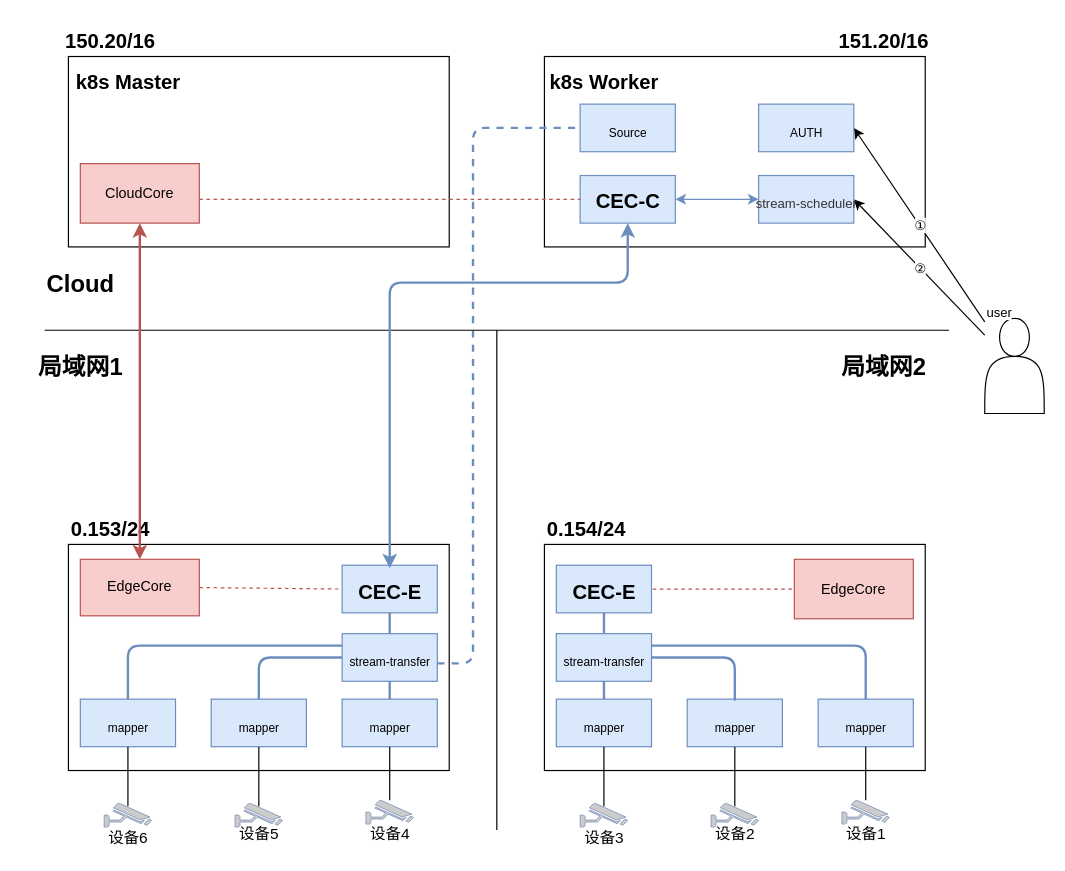
luckymark/c2019 keeps this draw.io diagram as Untitled Diagram.drawio. Above is the earlier version. Source tidied: cells renumbered, new cells numbered last; positions are measured from the earlier drawing's top-left corner, leaving out a move shared by most shapes. Both pictures are drawn from the tidied source at 119%, with x=0, y=0 at pixel (20, 20).
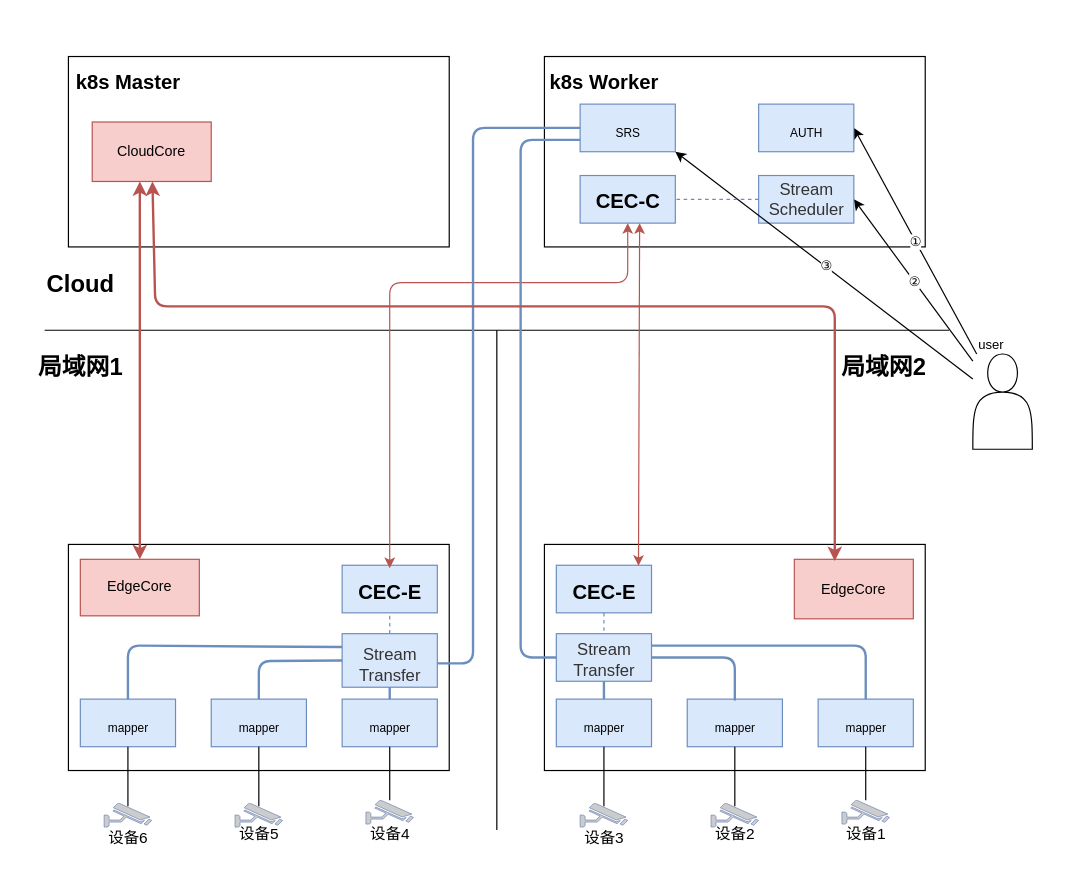
Above is the later version.

The change refers to these unchanged cells:
```xml
<mxCell id="7" value="&lt;font style=&quot;font-size: 17px&quot;&gt;CEC-C&lt;/font&gt;" style="text;strokeColor=#6c8ebf;fillColor=#dae8fc;html=1;fontSize=24;fontStyle=1;verticalAlign=middle;align=center;" parent="1" vertex="1">
  <mxGeometry x="470" y="130" width="80" height="40" as="geometry" />
</mxCell>
<mxCell id="8" value="&lt;font style=&quot;font-size: 17px&quot;&gt;CEC-E&lt;/font&gt;" style="text;strokeColor=#6c8ebf;fillColor=#dae8fc;html=1;fontSize=24;fontStyle=1;verticalAlign=middle;align=center;strokeWidth=1;" parent="1" vertex="1">
  <mxGeometry x="270" y="457.5" width="80" height="40" as="geometry" />
</mxCell>
<mxCell id="33" value="EdgeCore" style="rounded=0;whiteSpace=wrap;html=1;strokeWidth=1;fillColor=#f8cecc;strokeColor=#b85450;" parent="1" vertex="1">
  <mxGeometry x="50" y="452.5" width="100" height="47.5" as="geometry" />
</mxCell>
<mxCell id="35" value="&lt;font style=&quot;font-size: 10px ; font-weight: normal&quot;&gt;mapper&lt;/font&gt;" style="text;strokeColor=#6c8ebf;fillColor=#dae8fc;html=1;fontSize=24;fontStyle=1;verticalAlign=middle;align=center;strokeWidth=1;" parent="1" vertex="1">
  <mxGeometry x="160" y="570" width="80" height="40" as="geometry" />
</mxCell>
<mxCell id="47" style="group;rotation=180;" parent="1" vertex="1">
  <mxGeometry x="440" y="410" width="320" height="287.5" as="geometry" />
</mxCell>
<mxCell id="49" value="&lt;font style=&quot;font-size: 17px&quot;&gt;CEC-E&lt;/font&gt;" style="text;strokeColor=#6c8ebf;fillColor=#dae8fc;html=1;fontSize=24;fontStyle=1;verticalAlign=middle;align=center;strokeWidth=1;" parent="47" vertex="1">
  <mxGeometry x="10" y="47.5" width="80" height="40" as="geometry" />
</mxCell>
<mxCell id="56" value="EdgeCore" style="rounded=0;whiteSpace=wrap;html=1;strokeWidth=1;fillColor=#f8cecc;strokeColor=#b85450;" parent="47" vertex="1">
  <mxGeometry x="210" y="42.5" width="100" height="50" as="geometry" />
</mxCell>
```

Diff of the diagram source:
```diff
@@
-    <mxCell id="9" value="&lt;span style=&quot;font-size: 17px&quot;&gt;0.153/24&lt;/span&gt;" style="text;strokeColor=none;fillColor=none;html=1;fontSize=24;fontStyle=1;verticalAlign=middle;align=center;strokeWidth=1;" parent="1" vertex="1">
-      <mxGeometry x="40" y="410" width="70" height="30" as="geometry" />
-    </mxCell>
-    <mxCell id="10" value="&lt;span style=&quot;font-size: 17px&quot;&gt;150.20/16&lt;/span&gt;" style="text;strokeColor=none;fillColor=none;html=1;fontSize=24;fontStyle=1;verticalAlign=middle;align=center;" parent="1" vertex="1">
-      <mxGeometry x="40" width="70" height="30" as="geometry" />
-    </mxCell>
-    <mxCell id="11" value="&lt;span style=&quot;font-size: 17px&quot;&gt;151.20/16&lt;/span&gt;" style="text;strokeColor=none;fillColor=none;html=1;fontSize=24;fontStyle=1;verticalAlign=middle;align=center;" parent="1" vertex="1">
-      <mxGeometry x="690" width="70" height="30" as="geometry" />
-    </mxCell>
@@
     <mxCell id="14" style="shape=actor;whiteSpace=wrap;html=1;" parent="1" vertex="1">
-      <mxGeometry x="810" y="250" width="50" height="80" as="geometry" />
+      <mxGeometry x="800" y="280" width="50" height="80" as="geometry" />
     </mxCell>
-    <mxCell id="15" style="endArrow=classic;startArrow=classic;html=1;exitX=1;exitY=0.5;exitDx=0;exitDy=0;entryX=0;entryY=0.5;entryDx=0;entryDy=0;fillColor=#dae8fc;strokeColor=#6c8ebf;" parent="1" edge="1" source="7" target="71">
-      <mxGeometry relative="1" as="geometry" />
-    </mxCell>
@@
-    <mxCell id="18" style="endArrow=none;dashed=1;html=1;strokeWidth=1;entryX=0;entryY=0.5;entryDx=0;entryDy=0;fillColor=#f8cecc;strokeColor=#b85450;exitX=1;exitY=0.5;exitDx=0;exitDy=0;" parent="1" edge="1" source="33" target="8">
-      <mxGeometry relative="1" as="geometry" />
-    </mxCell>
@@
-    <mxCell id="24" style="endArrow=none;dashed=1;html=1;strokeWidth=2;exitX=0;exitY=0;exitDx=100;exitDy=35;exitPerimeter=0;fillColor=#dae8fc;strokeColor=#6c8ebf;entryX=0;entryY=0.5;entryDx=0;entryDy=0;" parent="1" edge="1" target="69">
-      <mxGeometry relative="1" as="geometry">
-        <mxPoint x="350" y="540" as="sourcePoint" />
-        <Array as="points">
-          <mxPoint x="380" y="540" />
-          <mxPoint x="380" y="310" />
-          <mxPoint x="380" y="90" />
-        </Array>
-      </mxGeometry>
-    </mxCell>
-    <mxCell id="25" style="endArrow=none;dashed=1;html=1;strokeWidth=1;entryX=0;entryY=0.5;entryDx=0;entryDy=0;fillColor=#f8cecc;strokeColor=#b85450;" parent="1" edge="1" target="7">
-      <mxGeometry relative="1" as="geometry">
-        <mxPoint x="150" y="150" as="sourcePoint" />
-        <Array as="points">
-          <mxPoint x="290" y="150" />
-        </Array>
-      </mxGeometry>
-    </mxCell>
@@
-    <mxCell id="31" style="endArrow=classic;startArrow=classic;html=1;strokeWidth=2;fillColor=#dae8fc;strokeColor=#6c8ebf;entryX=0.5;entryY=1;entryDx=0;entryDy=0;" parent="1" edge="1" target="7">
+    <mxCell id="31" style="endArrow=classic;startArrow=classic;html=1;strokeWidth=1;fillColor=#f8cecc;strokeColor=#b85450;entryX=0.5;entryY=1;entryDx=0;entryDy=0;" parent="1" edge="1" target="7">
       <mxGeometry relative="1" as="geometry">
         <mxPoint x="310" y="460" as="sourcePoint" />
         <Array as="points">
           <mxPoint x="310" y="220" />
           <mxPoint x="510" y="220" />
         </Array>
       </mxGeometry>
     </mxCell>
     <mxCell id="32" value="CloudCore" style="rounded=0;whiteSpace=wrap;html=1;strokeWidth=1;fillColor=#f8cecc;strokeColor=#b85450;" parent="1" vertex="1">
-      <mxGeometry x="50" y="120" width="100" height="50" as="geometry" />
+      <mxGeometry x="60" y="85" width="100" height="50" as="geometry" />
     </mxCell>
@@
-    <mxCell id="34" value="&lt;font style=&quot;font-size: 10px ; font-weight: normal&quot;&gt;stream-transfer&lt;/font&gt;" style="text;strokeColor=#6c8ebf;fillColor=#dae8fc;html=1;fontSize=24;fontStyle=1;verticalAlign=middle;align=center;strokeWidth=1;" parent="1" vertex="1">
-      <mxGeometry x="270" y="515" width="80" height="40" as="geometry" />
+    <mxCell id="34" value="&lt;p style=&quot;line-height: 60%&quot;&gt;&lt;span style=&quot;color: rgb(51 , 51 , 51) ; font-size: 14px ; font-weight: 400&quot;&gt;Stream&lt;/span&gt;&lt;br style=&quot;color: rgb(51 , 51 , 51) ; font-size: 14px ; font-weight: 400&quot;&gt;&lt;font color=&quot;#333333&quot;&gt;&lt;span style=&quot;font-size: 14px ; font-weight: 400 ; line-height: 60%&quot;&gt;Transfer&lt;/span&gt;&lt;/font&gt;&lt;br&gt;&lt;/p&gt;" style="text;strokeColor=#6c8ebf;fillColor=#dae8fc;html=1;fontSize=24;fontStyle=1;verticalAlign=middle;align=center;strokeWidth=1;" parent="1" vertex="1">
+      <mxGeometry x="270" y="515" width="80" height="45" as="geometry" />
     </mxCell>
@@
-    <mxCell id="40" style="endArrow=none;html=1;strokeWidth=2;entryX=0.5;entryY=1;entryDx=0;entryDy=0;exitX=0.5;exitY=0;exitDx=0;exitDy=0;fillColor=#dae8fc;strokeColor=#6c8ebf;" parent="1" edge="1" source="34" target="8">
-      <mxGeometry relative="1" as="geometry" />
-    </mxCell>
@@
     <mxCell id="42" style="endArrow=none;html=1;strokeWidth=2;entryX=0;entryY=0.5;entryDx=0;entryDy=0;fillColor=#dae8fc;strokeColor=#6c8ebf;exitX=0.5;exitY=0;exitDx=0;exitDy=0;" parent="1" edge="1" source="35" target="34">
       <mxGeometry relative="1" as="geometry">
         <Array as="points">
-          <mxPoint x="200" y="535" />
+          <mxPoint x="200" y="538" />
         </Array>
       </mxGeometry>
     </mxCell>
@@
-    <mxCell id="50" value="&lt;span style=&quot;font-size: 17px&quot;&gt;0.154/24&lt;/span&gt;" style="text;strokeColor=none;fillColor=none;html=1;fontSize=24;fontStyle=1;verticalAlign=middle;align=center;strokeWidth=1;" parent="47" vertex="1">
-      <mxGeometry width="70" height="30" as="geometry" />
-    </mxCell>
@@
-    <mxCell id="55" style="endArrow=none;dashed=1;html=1;strokeWidth=1;entryX=1;entryY=0.5;entryDx=0;entryDy=0;fillColor=#f8cecc;strokeColor=#b85450;exitX=1;exitY=0.5;exitDx=0;exitDy=0;" parent="47" edge="1" source="56" target="49">
-      <mxGeometry relative="1" as="geometry" />
-    </mxCell>
@@
-    <mxCell id="57" value="&lt;font style=&quot;font-size: 10px ; font-weight: normal&quot;&gt;stream-transfer&lt;/font&gt;" style="text;strokeColor=#6c8ebf;fillColor=#dae8fc;html=1;fontSize=24;fontStyle=1;verticalAlign=middle;align=center;strokeWidth=1;" parent="47" vertex="1">
+    <mxCell id="57" value="&lt;p style=&quot;line-height: 60%&quot;&gt;&lt;span style=&quot;color: rgb(51 , 51 , 51) ; font-size: 14px ; font-weight: 400&quot;&gt;Stream&lt;/span&gt;&lt;br style=&quot;color: rgb(51 , 51 , 51) ; font-size: 14px ; font-weight: 400&quot;&gt;&lt;font color=&quot;#333333&quot;&gt;&lt;span style=&quot;font-size: 14px ; font-weight: 400&quot;&gt;Transfer&lt;/span&gt;&lt;/font&gt;&lt;br&gt;&lt;/p&gt;" style="text;strokeColor=#6c8ebf;fillColor=#dae8fc;html=1;fontSize=24;fontStyle=1;verticalAlign=middle;align=center;strokeWidth=1;" parent="47" vertex="1">
       <mxGeometry x="10" y="105" width="80" height="40" as="geometry" />
     </mxCell>
@@
-    <mxCell id="66" style="endArrow=none;html=1;strokeWidth=2;entryX=0.5;entryY=1;entryDx=0;entryDy=0;exitX=0.5;exitY=0;exitDx=0;exitDy=0;fillColor=#dae8fc;strokeColor=#6c8ebf;" parent="47" edge="1" source="57" target="49">
-      <mxGeometry relative="1" as="geometry" />
-    </mxCell>
@@
+    <mxCell id="74" style="endArrow=none;dashed=1;html=1;fontSize=14;strokeWidth=1;entryX=0.5;entryY=0;entryDx=0;entryDy=0;exitX=0.5;exitY=1;exitDx=0;exitDy=0;fillColor=#dae8fc;strokeColor=#6c8ebf;" parent="47" edge="1" source="49" target="57">
+      <mxGeometry relative="1" as="geometry" />
+    </mxCell>
-    <mxCell id="68" style="endArrow=classic;startArrow=classic;html=1;strokeWidth=2;fillColor=#f8cecc;strokeColor=#b85450;exitX=0.5;exitY=0;exitDx=0;exitDy=0;entryX=0.5;entryY=1;entryDx=0;entryDy=0;" parent="1" edge="1" source="33" target="32">
+    <mxCell id="68" style="endArrow=classic;startArrow=classic;html=1;strokeWidth=2;fillColor=#f8cecc;strokeColor=#b85450;exitX=0.5;exitY=0;exitDx=0;exitDy=0;entryX=0.4;entryY=1;entryDx=0;entryDy=0;entryPerimeter=0;" parent="1" edge="1" source="33" target="32">
       <mxGeometry relative="1" as="geometry" />
     </mxCell>
-    <mxCell id="69" value="&lt;span style=&quot;font-size: 10px ; font-weight: 400&quot;&gt;Source&lt;/span&gt;" style="text;strokeColor=#6c8ebf;fillColor=#dae8fc;html=1;fontSize=24;fontStyle=1;verticalAlign=middle;align=center;strokeWidth=1;" parent="1" vertex="1">
+    <mxCell id="69" value="&lt;span style=&quot;font-size: 10px ; font-weight: 400&quot;&gt;SRS&lt;/span&gt;" style="text;strokeColor=#6c8ebf;fillColor=#dae8fc;html=1;fontSize=24;fontStyle=1;verticalAlign=middle;align=center;strokeWidth=1;" parent="1" vertex="1">
       <mxGeometry x="470" y="70" width="80" height="40" as="geometry" />
     </mxCell>
@@
-    <mxCell id="71" value="&lt;span style=&quot;color: rgb(51 , 51 , 51) ; font-weight: 400&quot;&gt;&lt;font style=&quot;font-size: 11px&quot;&gt;stream-scheduler&lt;/font&gt;&lt;/span&gt;&lt;span style=&quot;font-size: 10px ; font-weight: 400&quot;&gt;&lt;br&gt;&lt;/span&gt;" style="text;strokeColor=#6c8ebf;fillColor=#dae8fc;html=1;fontSize=24;fontStyle=1;verticalAlign=middle;align=center;strokeWidth=1;" parent="1" vertex="1">
+    <mxCell id="71" value="&lt;span style=&quot;color: rgb(51 , 51 , 51) ; font-weight: 400 ; font-size: 14px&quot;&gt;&lt;font style=&quot;font-size: 14px ; line-height: 60%&quot;&gt;Stream&lt;br style=&quot;font-size: 14px&quot;&gt;Scheduler&lt;/font&gt;&lt;/span&gt;&lt;span style=&quot;font-size: 14px ; font-weight: 400&quot;&gt;&lt;br style=&quot;font-size: 14px&quot;&gt;&lt;/span&gt;" style="text;strokeColor=#6c8ebf;fillColor=#dae8fc;html=1;fontSize=14;fontStyle=1;verticalAlign=middle;align=center;strokeWidth=1;" parent="1" vertex="1">
       <mxGeometry x="620" y="130" width="80" height="40" as="geometry" />
     </mxCell>
@@
+    <mxCell id="75" style="endArrow=none;html=1;strokeWidth=2;entryX=0;entryY=0.5;entryDx=0;entryDy=0;fillColor=#dae8fc;strokeColor=#6c8ebf;" parent="1" edge="1" target="69">
+      <mxGeometry relative="1" as="geometry">
+        <mxPoint x="350" y="540" as="sourcePoint" />
+        <Array as="points">
+          <mxPoint x="380" y="540" />
+          <mxPoint x="380" y="90" />
+        </Array>
+      </mxGeometry>
+    </mxCell>
+    <mxCell id="76" style="endArrow=none;html=1;strokeWidth=2;entryX=0;entryY=0.75;entryDx=0;entryDy=0;exitX=0;exitY=0.5;exitDx=0;exitDy=0;fillColor=#dae8fc;strokeColor=#6c8ebf;" parent="1" edge="1" source="57" target="69">
+      <mxGeometry relative="1" as="geometry">
+        <Array as="points">
+          <mxPoint x="420" y="535" />
+          <mxPoint x="420" y="100" />
+        </Array>
+      </mxGeometry>
+    </mxCell>
+    <mxCell id="77" style="endArrow=classic;startArrow=classic;html=1;strokeWidth=1;exitX=0.863;exitY=0.013;exitDx=0;exitDy=0;exitPerimeter=0;fillColor=#f8cecc;strokeColor=#b85450;" parent="1" edge="1" source="49">
+      <mxGeometry relative="1" as="geometry">
+        <mxPoint x="520" y="170" as="targetPoint" />
+      </mxGeometry>
+    </mxCell>
+    <mxCell id="78" style="endArrow=classic;startArrow=classic;html=1;strokeWidth=2;exitX=0.34;exitY=0.03;exitDx=0;exitDy=0;exitPerimeter=0;fillColor=#f8cecc;strokeColor=#b85450;" parent="1" edge="1" source="56" target="32">
+      <mxGeometry relative="1" as="geometry">
+        <Array as="points">
+          <mxPoint x="684" y="240" />
+          <mxPoint x="113" y="240" />
+        </Array>
+      </mxGeometry>
+    </mxCell>
+    <mxCell id="79" style="endArrow=classic;html=1;strokeWidth=1;entryX=1;entryY=1;entryDx=0;entryDy=0;" parent="1" edge="1" source="14" target="69">
+      <mxGeometry relative="1" as="geometry" />
+    </mxCell>
+    <mxCell id="80" value="③" style="edgeLabel;html=1;align=center;verticalAlign=middle;" parent="79" vertex="1">
+      <mxGeometry relative="1" as="geometry">
+        <mxPoint x="1" as="offset" />
+      </mxGeometry>
+    </mxCell>
+    <mxCell id="81" style="endArrow=none;dashed=1;html=1;fontSize=14;strokeWidth=1;entryX=1;entryY=0.5;entryDx=0;entryDy=0;exitX=0;exitY=0.5;exitDx=0;exitDy=0;fillColor=#dae8fc;strokeColor=#6c8ebf;" parent="1" edge="1" source="71" target="7">
+      <mxGeometry relative="1" as="geometry" />
+    </mxCell>
+    <mxCell id="40" style="endArrow=none;dashed=1;html=1;fontSize=14;strokeWidth=1;entryX=0.5;entryY=1;entryDx=0;entryDy=0;exitX=0.5;exitY=0;exitDx=0;exitDy=0;fillColor=#dae8fc;strokeColor=#6c8ebf;" parent="1" edge="1" source="34" target="8">
+      <mxGeometry relative="1" as="geometry" />
+    </mxCell>
```
